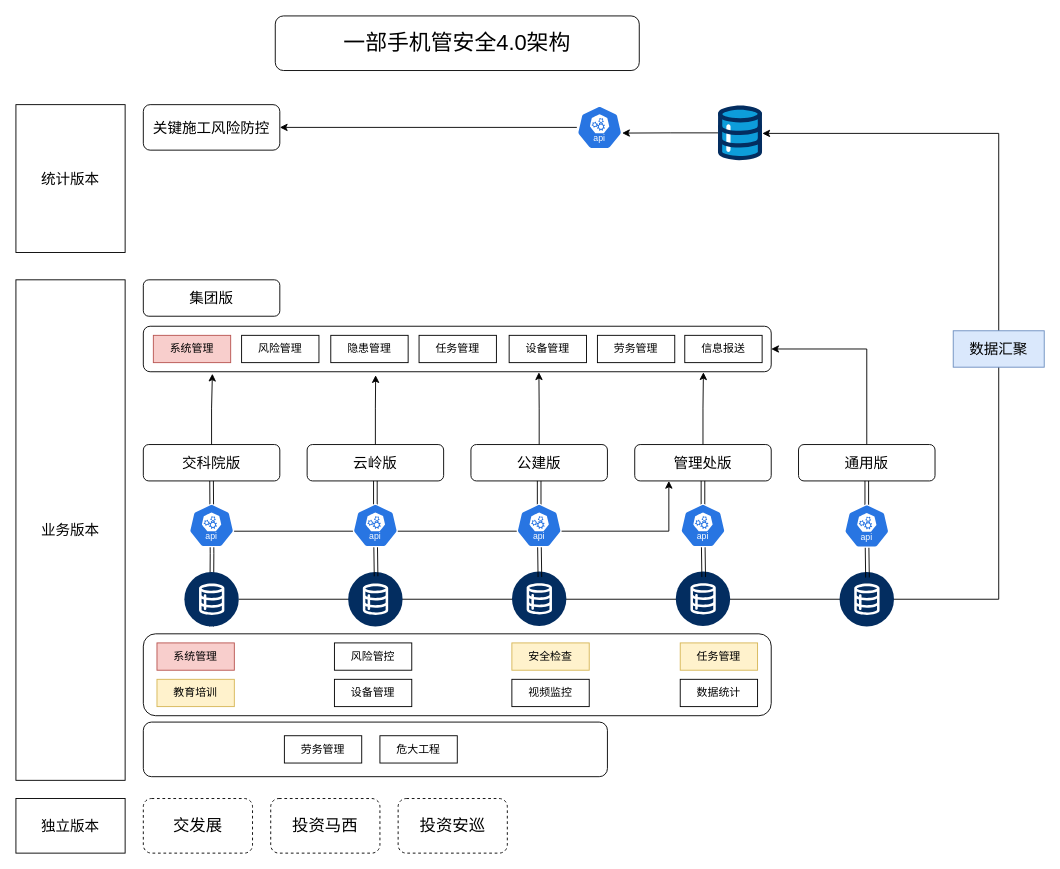
Above: 安全4.0当前架构.drawio in kerwin58/drawio (draw.io), before the change. Source tidied: cells renumbered, new cells numbered last; positions are measured from the earlier drawing's top-left corner, leaving out a move shared by most shapes. Both pictures are drawn from the tidied source at 91%, with x=0, y=0 at pixel (15, 15).
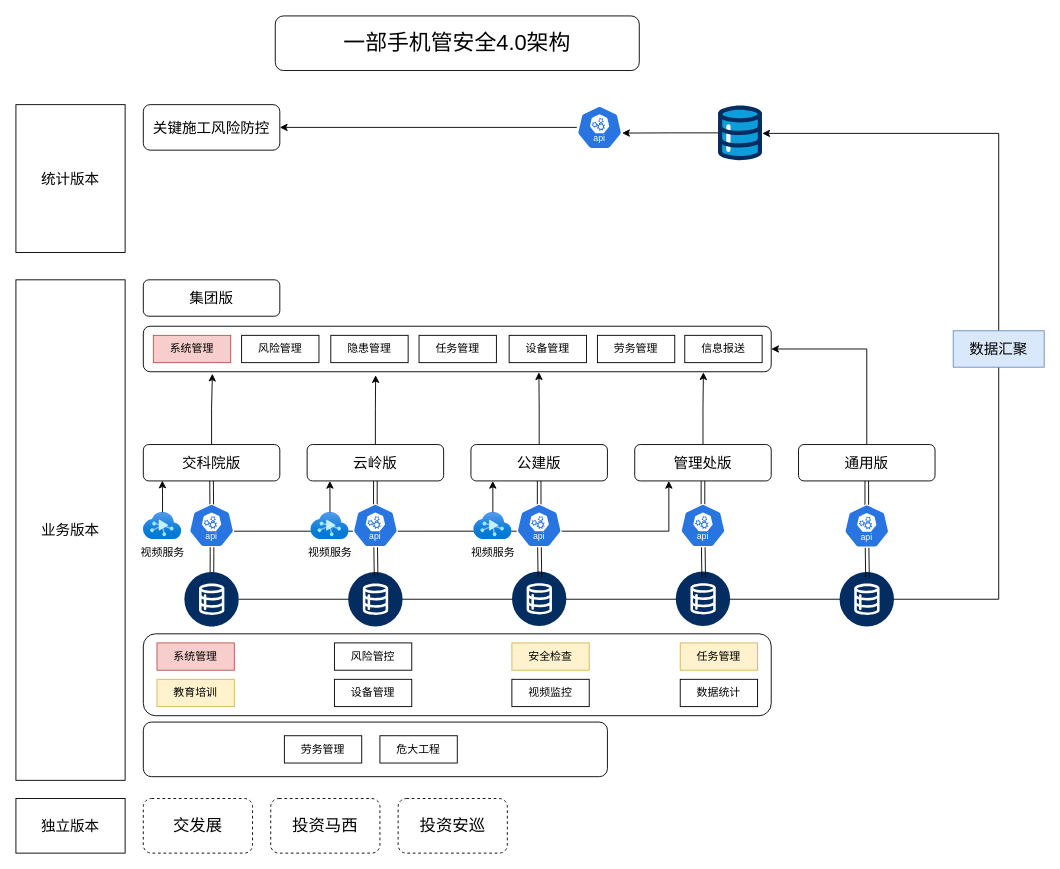
Above is the later version.

Commit message:
更新安全4.0当前架构.drawio

The change refers to these unchanged cells:
```xml
<mxCell id="5" value="&lt;font style=&quot;font-size: 16px;&quot;&gt;交科院版&lt;/font&gt;" style="rounded=1;whiteSpace=wrap;html=1;" parent="1" vertex="1">
  <mxGeometry x="140" y="471" width="150" height="40" as="geometry" />
</mxCell>
```

Change to the diagram source:
```diff
@@
+    <mxCell id="63" value="视频服务" style="image;html=1;points=[];align=center;fontSize=12;image=img/lib/azure2/other/Video_Analyzers.svg;" parent="1" vertex="1">
+      <mxGeometry x="140" y="545.5" width="42.1" height="30" as="geometry" />
+    </mxCell>
+    <mxCell id="64" style="edgeStyle=orthogonalEdgeStyle;rounded=0;jettySize=auto;html=1;entryX=0.139;entryY=0.99;entryDx=0;entryDy=0;entryPerimeter=0;" parent="1" edge="1" source="63" target="5">
+      <mxGeometry relative="1" as="geometry" />
+    </mxCell>
+    <mxCell id="65" value="视频服务" style="image;html=1;points=[];align=center;fontSize=12;image=img/lib/azure2/other/Video_Analyzers.svg;" parent="1" vertex="1">
+      <mxGeometry x="324" y="545.5" width="42.1" height="30" as="geometry" />
+    </mxCell>
+    <mxCell id="66" style="edgeStyle=orthogonalEdgeStyle;rounded=0;jettySize=auto;html=1;entryX=0.139;entryY=0.99;entryDx=0;entryDy=0;entryPerimeter=0;" parent="1" edge="1" source="65">
+      <mxGeometry relative="1" as="geometry">
+        <mxPoint x="345" y="511" as="targetPoint" />
+      </mxGeometry>
+    </mxCell>
+    <mxCell id="67" value="视频服务" style="image;html=1;points=[];align=center;fontSize=12;image=img/lib/azure2/other/Video_Analyzers.svg;" parent="1" vertex="1">
+      <mxGeometry x="503" y="545.5" width="42.1" height="30" as="geometry" />
+    </mxCell>
+    <mxCell id="68" style="edgeStyle=orthogonalEdgeStyle;rounded=0;jettySize=auto;html=1;entryX=0.139;entryY=0.99;entryDx=0;entryDy=0;entryPerimeter=0;" parent="1" edge="1" source="67">
+      <mxGeometry relative="1" as="geometry">
+        <mxPoint x="524" y="511" as="targetPoint" />
+      </mxGeometry>
+    </mxCell>
```
